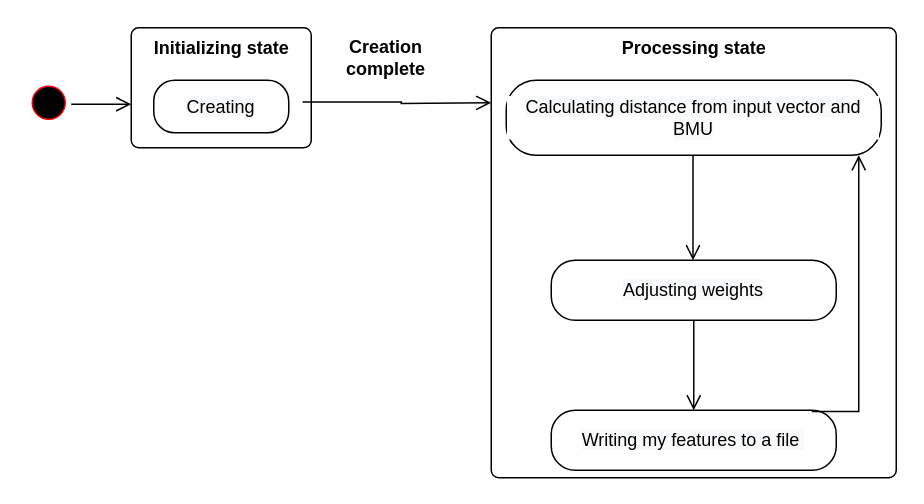
Before: ActorStateMachineDiagram.drawio in vanelopethecoder/som-basic, a draw.io diagram. Source tidied: cells renumbered, new cells numbered last; positions are measured from the earlier drawing's top-left corner, leaving out a move shared by most shapes. Both pictures are drawn from the tidied source at 150%, with x=0, y=0 at pixel (26, 27).
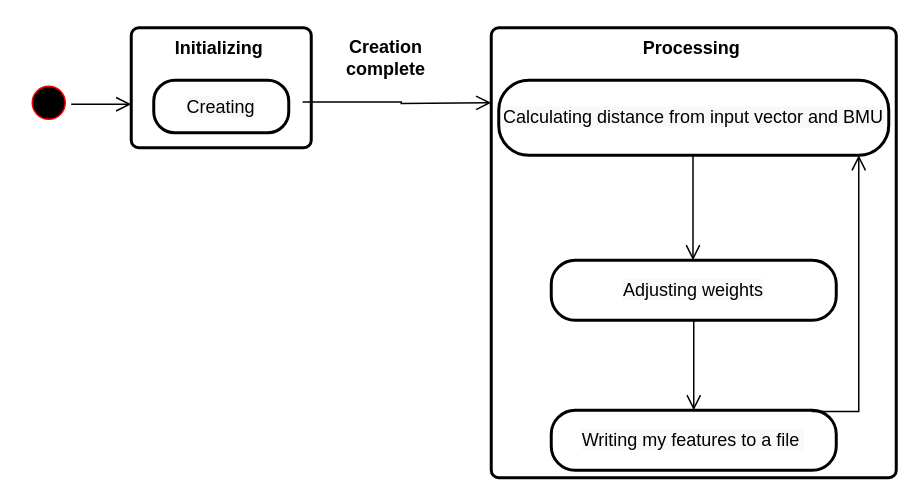
The same diagram, later.

Diff of the diagram source:
```diff
@@
-    <mxCell id="2" value="&lt;b&gt;Initializing state&lt;/b&gt;" style="html=1;align=center;verticalAlign=top;rounded=1;absoluteArcSize=1;arcSize=10;dashed=0;labelBackgroundColor=default;fontColor=#000000;strokeColor=#000000;fillColor=#FFFFFF;" parent="1" vertex="1">
+    <mxCell id="2" value="&lt;b&gt;Initializing&amp;nbsp;&lt;/b&gt;" style="html=1;align=center;verticalAlign=top;rounded=1;absoluteArcSize=1;arcSize=10;dashed=0;labelBackgroundColor=default;fontColor=#000000;strokeColor=#000000;fillColor=#FFFFFF;strokeWidth=2;" parent="1" vertex="1">
       <mxGeometry x="70" width="120" height="80" as="geometry" />
     </mxCell>
-    <mxCell id="3" value="&lt;b&gt;Processing state&lt;/b&gt;" style="html=1;align=center;verticalAlign=top;rounded=1;absoluteArcSize=1;arcSize=10;dashed=0;labelBackgroundColor=default;fontColor=#000000;strokeColor=#000000;fillColor=#FFFFFF;" parent="1" vertex="1">
+    <mxCell id="3" value="&lt;b&gt;Processing&amp;nbsp;&lt;/b&gt;" style="html=1;align=center;verticalAlign=top;rounded=1;absoluteArcSize=1;arcSize=10;dashed=0;labelBackgroundColor=default;fontColor=#000000;strokeColor=#000000;fillColor=#FFFFFF;strokeWidth=2;" parent="1" vertex="1">
       <mxGeometry x="310" width="270" height="300" as="geometry" />
     </mxCell>
@@
-    <mxCell id="7" value="&lt;span style=&quot;background-color: rgb(248 , 249 , 250)&quot;&gt;Calculating distance from input vector and BMU&lt;/span&gt;" style="rounded=1;whiteSpace=wrap;html=1;arcSize=40;fontColor=#000000;fillColor=#FFFFFF;strokeColor=#000000;labelBackgroundColor=default;" parent="1" vertex="1">
-      <mxGeometry x="320" y="35" width="250" height="50" as="geometry" />
+    <mxCell id="7" value="&lt;span style=&quot;background-color: rgb(248 , 249 , 250)&quot;&gt;Calculating distance from input vector and BMU&lt;/span&gt;" style="rounded=1;whiteSpace=wrap;html=1;arcSize=40;fontColor=#000000;fillColor=#FFFFFF;strokeColor=#000000;labelBackgroundColor=default;strokeWidth=2;" parent="1" vertex="1">
+      <mxGeometry x="315" y="35" width="260" height="50" as="geometry" />
     </mxCell>
-    <mxCell id="8" value="&lt;span style=&quot;background-color: rgb(248 , 249 , 250)&quot;&gt;Adjusting weights&lt;/span&gt;" style="rounded=1;whiteSpace=wrap;html=1;arcSize=40;fontColor=#000000;fillColor=#FFFFFF;strokeColor=#000000;labelBackgroundColor=default;" parent="1" vertex="1">
+    <mxCell id="8" value="&lt;span style=&quot;background-color: rgb(248 , 249 , 250)&quot;&gt;Adjusting weights&lt;/span&gt;" style="rounded=1;whiteSpace=wrap;html=1;arcSize=40;fontColor=#000000;fillColor=#FFFFFF;strokeColor=#000000;labelBackgroundColor=default;strokeWidth=2;" parent="1" vertex="1">
       <mxGeometry x="350" y="155" width="190" height="40" as="geometry" />
     </mxCell>
-    <mxCell id="9" value="&lt;span style=&quot;background-color: rgb(248 , 249 , 250)&quot;&gt;Writing my features to a file&amp;nbsp;&lt;/span&gt;" style="rounded=1;whiteSpace=wrap;html=1;arcSize=40;fontColor=#000000;fillColor=#FFFFFF;strokeColor=#000000;labelBackgroundColor=default;" parent="1" vertex="1">
+    <mxCell id="9" value="&lt;span style=&quot;background-color: rgb(248 , 249 , 250)&quot;&gt;Writing my features to a file&amp;nbsp;&lt;/span&gt;" style="rounded=1;whiteSpace=wrap;html=1;arcSize=40;fontColor=#000000;fillColor=#FFFFFF;strokeColor=#000000;labelBackgroundColor=default;strokeWidth=2;" parent="1" vertex="1">
       <mxGeometry x="350" y="255" width="190" height="40" as="geometry" />
     </mxCell>
@@
-    <mxCell id="13" value="&lt;span style=&quot;background-color: rgb(248 , 249 , 250)&quot;&gt;Creating&lt;/span&gt;" style="rounded=1;whiteSpace=wrap;html=1;arcSize=40;fontColor=#000000;fillColor=#FFFFFF;strokeColor=#000000;labelBackgroundColor=default;" parent="1" vertex="1">
+    <mxCell id="13" value="&lt;span style=&quot;background-color: rgb(248 , 249 , 250)&quot;&gt;Creating&lt;/span&gt;" style="rounded=1;whiteSpace=wrap;html=1;arcSize=40;fontColor=#000000;fillColor=#FFFFFF;strokeColor=#000000;labelBackgroundColor=default;strokeWidth=2;" parent="1" vertex="1">
       <mxGeometry x="85" y="35" width="90" height="35" as="geometry" />
     </mxCell>
```
